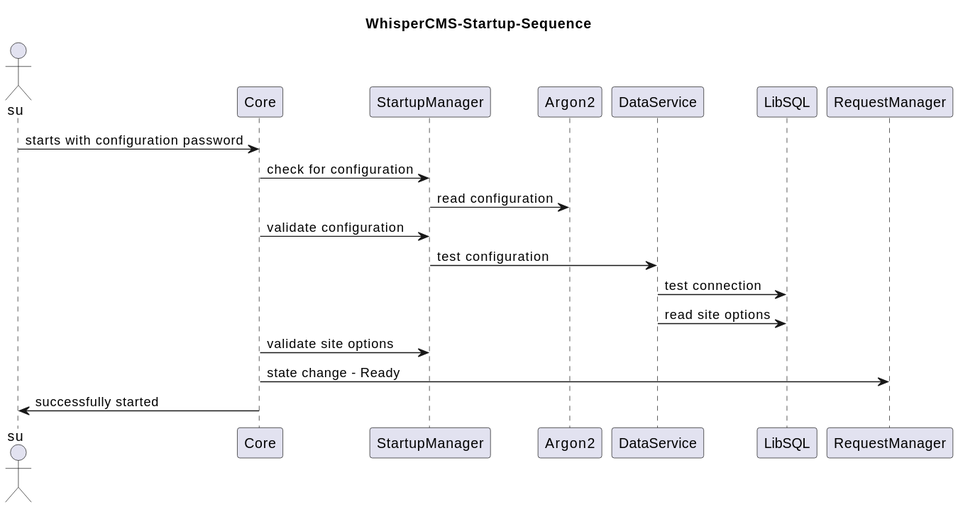
Earlier version of the PlantUML export docs/diagrams/UML-WhisperCMS-Startup-Sequence.svg (CoderByBlood/whisper-cms).
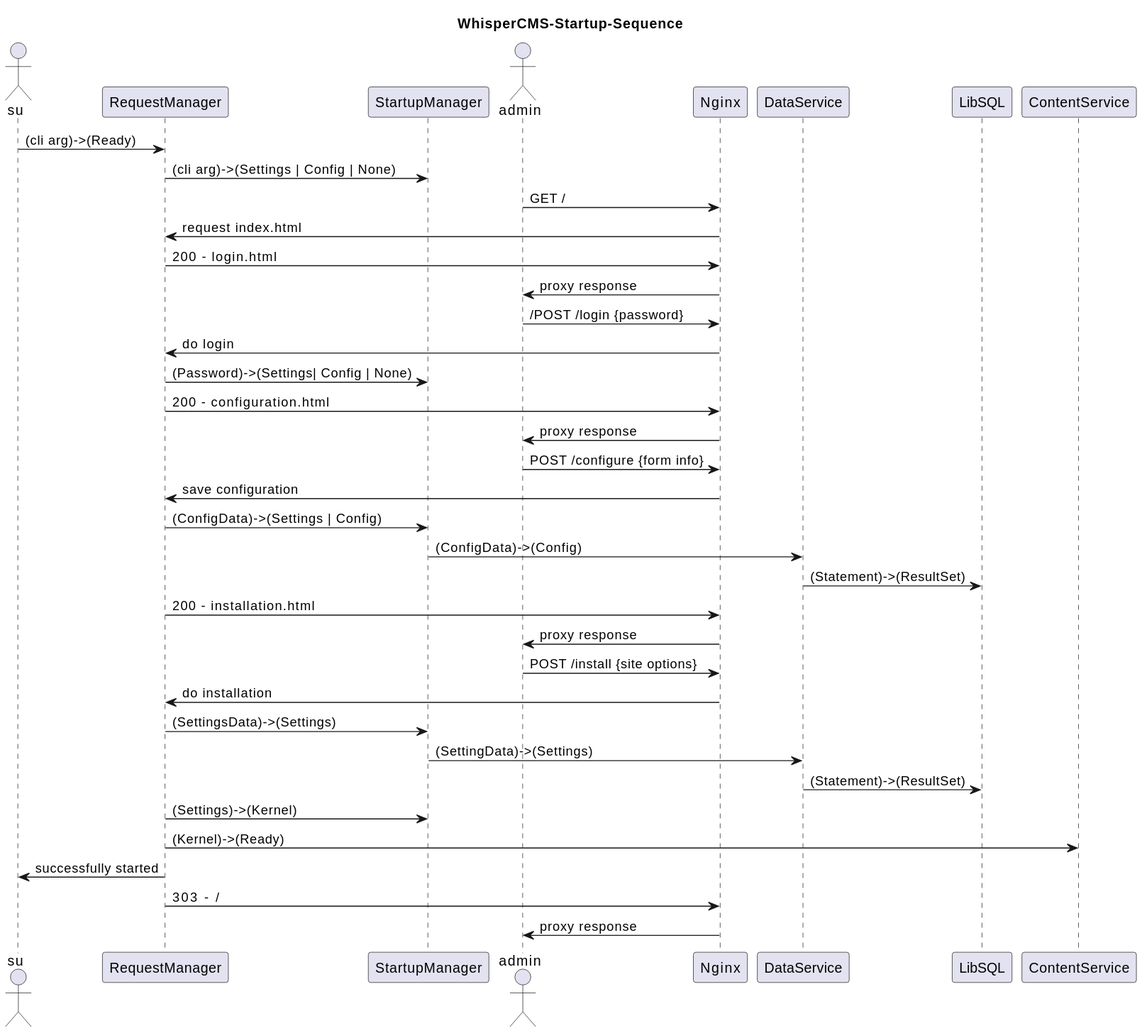
The same diagram one commit later.

Diff of the diagram source:
```diff
@@ -2,21 +2,40 @@
 title WhisperCMS-Startup-Sequence
 
 actor "su" as 2
-participant "Core" as 5
-participant "StartupManager" as 11
-participant "Argon2" as 17
-participant "DataService" as 10
-participant "LibSQL" as 49
-participant "RequestManager" as 12
+participant "RequestManager" as 11
+participant "StartupManager" as 10
+actor "admin" as 1
+participant "Nginx" as 39
+participant "DataService" as 9
+participant "LibSQL" as 47
+participant "ContentService" as 8
 
-2 -> 5 : starts with configuration password
-5 -> 11 : check for configuration
-11 -> 17 : read configuration
-5 -> 11 : validate configuration
-11 -> 10 : test configuration
-10 -> 49 : test connection
-10 -> 49 : read site options
-5 -> 11 : validate site options
-5 -> 12 : state change - Ready
-5 -> 2 : successfully started
+2 -> 11 : (cli arg)->(Ready)
+11 -> 10 : (cli arg)->(Settings | Config | None)
+1 -> 39 : GET /
+39 -> 11 : request index.html
+11 -> 39 : 200 - login.html
+39 -> 1 : proxy response
+1 -> 39 : /POST /login {password}
+39 -> 11 : do login
+11 -> 10 : (Password)->(Settings| Config | None)
+11 -> 39 : 200 - configuration.html
+39 -> 1 : proxy response
+1 -> 39 : POST /configure {form info}
+39 -> 11 : save configuration
+11 -> 10 : (ConfigData)->(Settings | Config)
+10 -> 9 : (ConfigData)->(Config)
+9 -> 47 : (Statement)->(ResultSet)
+11 -> 39 : 200 - installation.html
+39 -> 1 : proxy response
+1 -> 39 : POST /install {site options}
+39 -> 11 : do installation
+11 -> 10 : (SettingsData)->(Settings)
+10 -> 9 : (SettingData)->(Settings)
+9 -> 47 : (Statement)->(ResultSet)
+11 -> 10 : (Settings)->(Kernel)
+11 -> 8 : (Kernel)->(Ready)
+11 -> 2 : successfully started
+11 -> 39 : 303 - /
+39 -> 1 : proxy response
 @enduml
```
